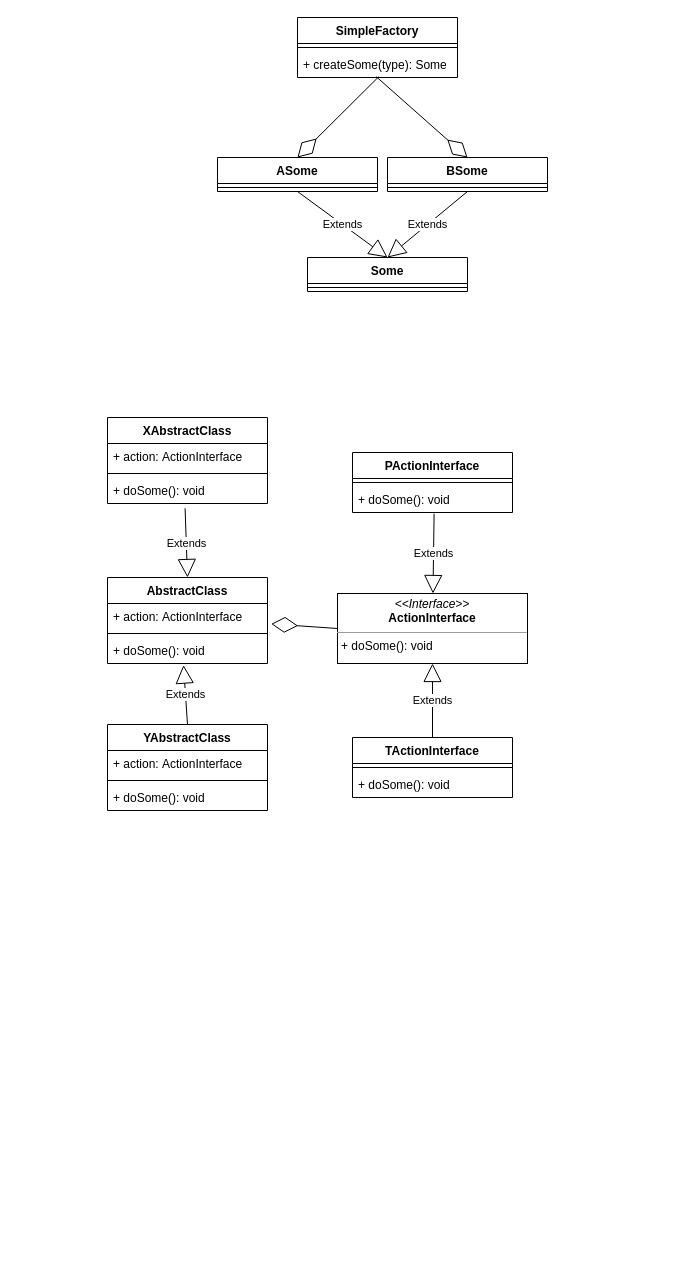
Above: 笔记/设计模式笔记/images/设计模式.drawio in Prodigalgal/MyNotes (draw.io), before the change. Source tidied: cells renumbered, new cells numbered last; positions are measured from the earlier drawing's top-left corner, leaving out a move shared by most shapes. Both pictures are drawn from the tidied source at 100%, with x=0, y=0 at pixel (107, 17).
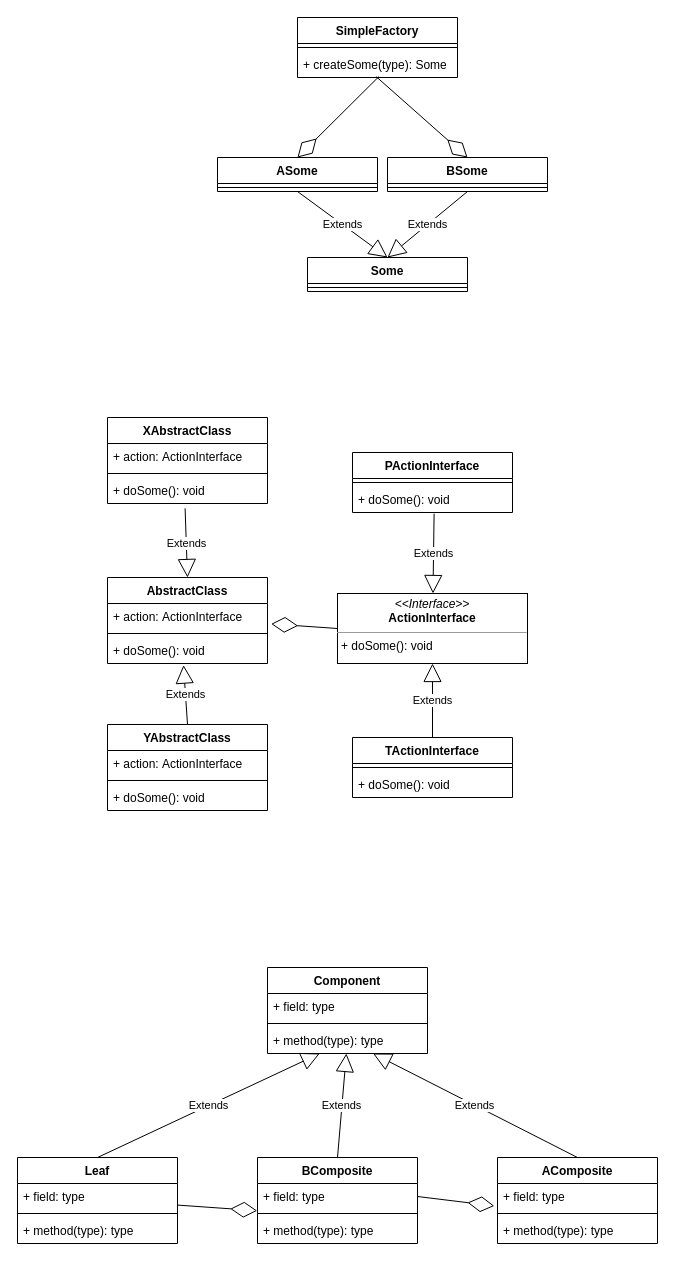
Above is the later version.

What changed in the source:
```diff
@@
+    <mxCell id="39" value="Component" style="swimlane;fontStyle=1;align=center;verticalAlign=top;horizontal=1;startSize=26;" parent="1" vertex="1">
+      <mxGeometry x="160" y="950" width="160" height="86" as="geometry" />
+    </mxCell>
+    <mxCell id="40" value="+ field: type" style="text;strokeColor=none;fillColor=none;align=left;verticalAlign=top;spacingLeft=4;spacingRight=4;overflow=hidden;" parent="39" vertex="1">
+      <mxGeometry y="26" width="160" height="26" as="geometry" />
+    </mxCell>
+    <mxCell id="41" style="line;strokeWidth=1;fillColor=none;align=left;verticalAlign=middle;spacingTop=-1;spacingLeft=3;spacingRight=3;labelPosition=right;" parent="39" vertex="1">
+      <mxGeometry y="52" width="160" height="8" as="geometry" />
+    </mxCell>
+    <mxCell id="42" value="+ method(type): type" style="text;strokeColor=none;fillColor=none;align=left;verticalAlign=top;spacingLeft=4;spacingRight=4;overflow=hidden;points=[[0,0.5],[1,0.5]];portConstraint=eastwest;" parent="39" vertex="1">
+      <mxGeometry y="60" width="160" height="26" as="geometry" />
+    </mxCell>
+    <mxCell id="43" value="AComposite" style="swimlane;fontStyle=1;align=center;verticalAlign=top;horizontal=1;startSize=26;" parent="1" vertex="1">
+      <mxGeometry x="390" y="1140" width="160" height="86" as="geometry" />
+    </mxCell>
+    <mxCell id="44" value="+ field: type" style="text;strokeColor=none;fillColor=none;align=left;verticalAlign=top;spacingLeft=4;spacingRight=4;overflow=hidden;points=[[0,0.5],[1,0.5]];portConstraint=eastwest;" parent="43" vertex="1">
+      <mxGeometry y="26" width="160" height="26" as="geometry" />
+    </mxCell>
+    <mxCell id="45" style="line;strokeWidth=1;fillColor=none;align=left;verticalAlign=middle;spacingTop=-1;spacingLeft=3;spacingRight=3;labelPosition=right;" parent="43" vertex="1">
+      <mxGeometry y="52" width="160" height="8" as="geometry" />
+    </mxCell>
+    <mxCell id="46" value="+ method(type): type" style="text;strokeColor=none;fillColor=none;align=left;verticalAlign=top;spacingLeft=4;spacingRight=4;overflow=hidden;" parent="43" vertex="1">
+      <mxGeometry y="60" width="160" height="26" as="geometry" />
+    </mxCell>
+    <mxCell id="47" value="BComposite" style="swimlane;fontStyle=1;align=center;verticalAlign=top;horizontal=1;startSize=26;" parent="1" vertex="1">
+      <mxGeometry x="150" y="1140" width="160" height="86" as="geometry" />
+    </mxCell>
+    <mxCell id="48" value="+ field: type" style="text;strokeColor=none;fillColor=none;align=left;verticalAlign=top;spacingLeft=4;spacingRight=4;overflow=hidden;points=[[0,0.5],[1,0.5]];portConstraint=eastwest;" parent="47" vertex="1">
+      <mxGeometry y="26" width="160" height="26" as="geometry" />
+    </mxCell>
+    <mxCell id="49" style="line;strokeWidth=1;fillColor=none;align=left;verticalAlign=middle;spacingTop=-1;spacingLeft=3;spacingRight=3;labelPosition=right;" parent="47" vertex="1">
+      <mxGeometry y="52" width="160" height="8" as="geometry" />
+    </mxCell>
+    <mxCell id="50" value="+ method(type): type" style="text;strokeColor=none;fillColor=none;align=left;verticalAlign=top;spacingLeft=4;spacingRight=4;overflow=hidden;" parent="47" vertex="1">
+      <mxGeometry y="60" width="160" height="26" as="geometry" />
+    </mxCell>
+    <mxCell id="51" value="Leaf" style="swimlane;fontStyle=1;align=center;verticalAlign=top;horizontal=1;startSize=26;" parent="1" vertex="1">
+      <mxGeometry x="-90" y="1140" width="160" height="86" as="geometry" />
+    </mxCell>
+    <mxCell id="52" value="+ field: type" style="text;strokeColor=none;fillColor=none;align=left;verticalAlign=top;spacingLeft=4;spacingRight=4;overflow=hidden;points=[[0,0.5],[1,0.5]];portConstraint=eastwest;" parent="51" vertex="1">
+      <mxGeometry y="26" width="160" height="26" as="geometry" />
+    </mxCell>
+    <mxCell id="53" style="line;strokeWidth=1;fillColor=none;align=left;verticalAlign=middle;spacingTop=-1;spacingLeft=3;spacingRight=3;labelPosition=right;" parent="51" vertex="1">
+      <mxGeometry y="52" width="160" height="8" as="geometry" />
+    </mxCell>
+    <mxCell id="54" value="+ method(type): type" style="text;strokeColor=none;fillColor=none;align=left;verticalAlign=top;spacingLeft=4;spacingRight=4;overflow=hidden;" parent="51" vertex="1">
+      <mxGeometry y="60" width="160" height="26" as="geometry" />
+    </mxCell>
+    <mxCell id="55" value="Extends" style="endArrow=block;endSize=16;endFill=0;html=1;rounded=0;exitX=0.5;exitY=0;exitDx=0;exitDy=0;" parent="1" edge="1" source="47" target="42">
+      <mxGeometry relative="1" as="geometry" />
+    </mxCell>
+    <mxCell id="56" value="Extends" style="endArrow=block;endSize=16;endFill=0;html=1;rounded=0;exitX=0.5;exitY=0;exitDx=0;exitDy=0;" parent="1" edge="1" source="43" target="42">
+      <mxGeometry relative="1" as="geometry" />
+    </mxCell>
+    <mxCell id="57" value="Extends" style="endArrow=block;endSize=16;endFill=0;html=1;rounded=0;exitX=0.5;exitY=0;exitDx=0;exitDy=0;" parent="1" edge="1" source="51" target="42">
+      <mxGeometry relative="1" as="geometry" />
+    </mxCell>
+    <mxCell id="58" style="endArrow=diamondThin;endFill=0;endSize=24;html=1;rounded=0;entryX=-0.02;entryY=0.862;entryDx=0;entryDy=0;entryPerimeter=0;exitX=1;exitY=0.5;exitDx=0;exitDy=0;" parent="1" edge="1" source="48" target="44">
+      <mxGeometry relative="1" as="geometry" />
+    </mxCell>
+    <mxCell id="59" style="endArrow=diamondThin;endFill=0;endSize=24;html=1;rounded=0;exitX=1.003;exitY=0.831;exitDx=0;exitDy=0;exitPerimeter=0;entryX=-0.002;entryY=1.046;entryDx=0;entryDy=0;entryPerimeter=0;" parent="1" edge="1" source="52" target="48">
+      <mxGeometry relative="1" as="geometry" />
+    </mxCell>
```
